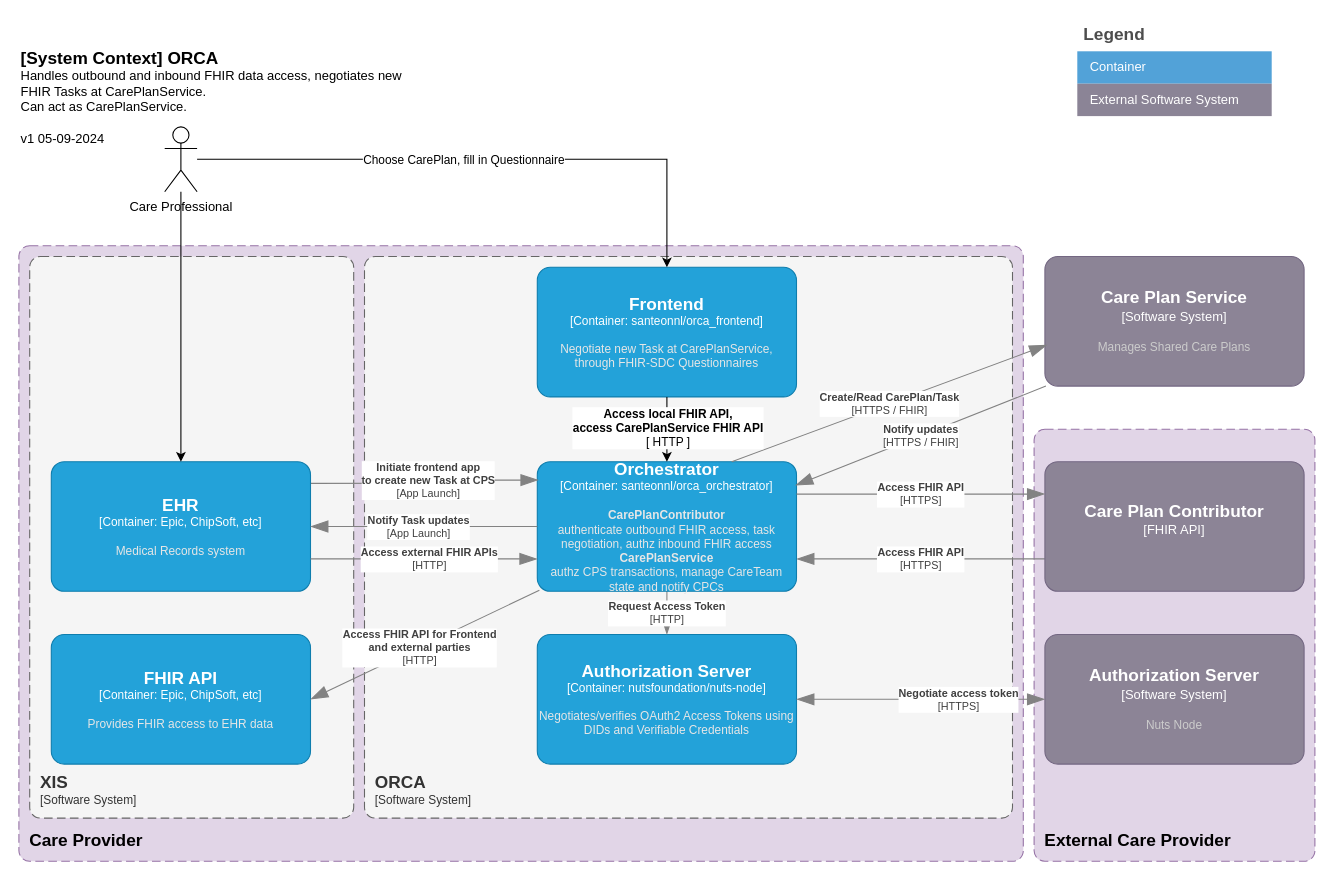
This is page "System Diagram" (2 of 3) of docs/Orca Architectural Diagrams.drawio from SanteonNL/orca, a draw.io file, before an edit. Source tidied: cells renumbered, new cells numbered last; positions are measured from the earlier drawing's top-left corner, leaving out a move shared by most shapes. Both pictures are drawn from the tidied source at 108%, with x=0, y=0 at pixel (18, 18).
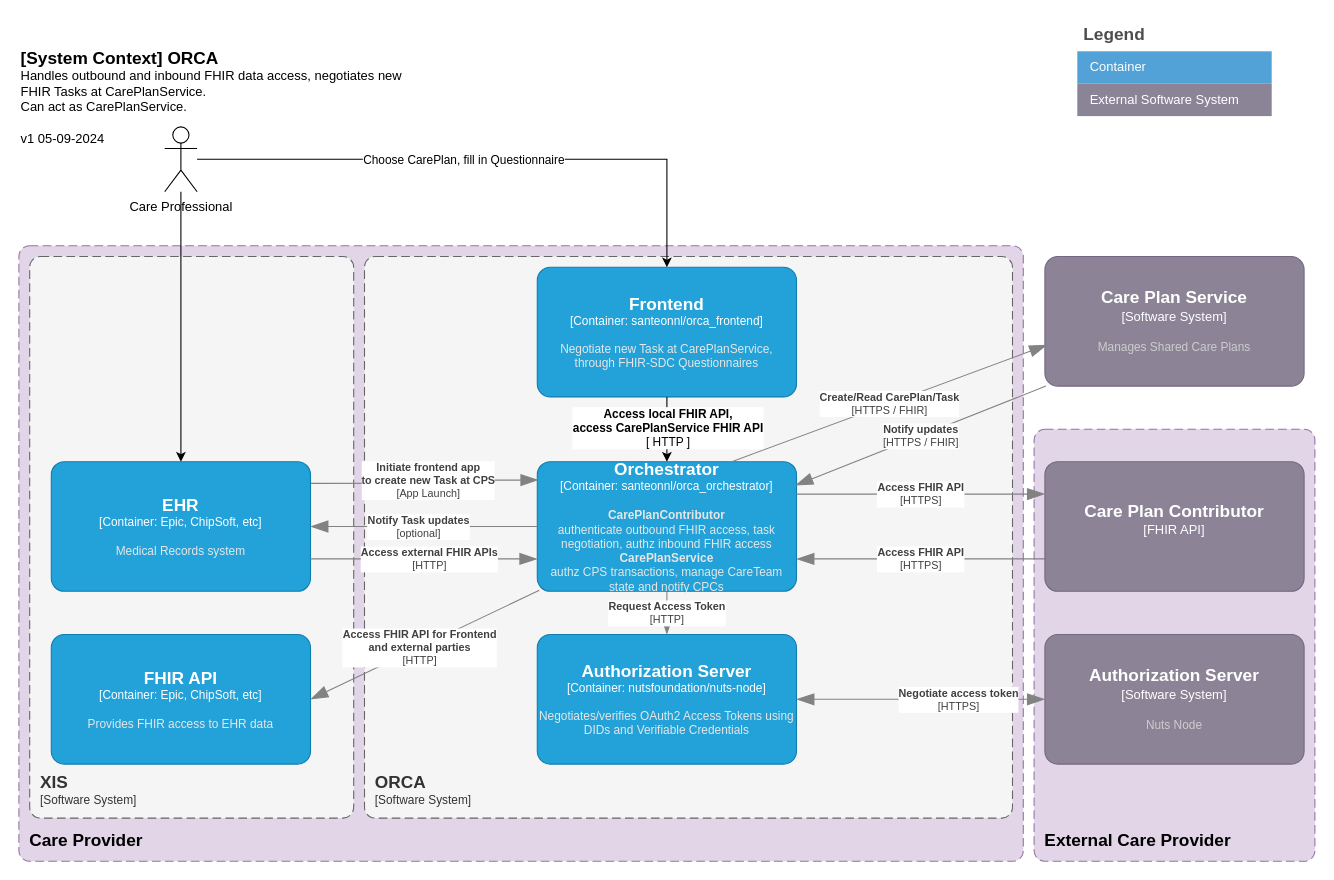
Above is the later version.

The change refers to these unchanged cells:
```xml
<object id="10" label="&lt;font style=&quot;font-size: 16px&quot;&gt;&lt;b&gt;%c4Name%&lt;/b&gt;&lt;/font&gt;&lt;div&gt;[%c4Type%: %c4Technology%]&lt;/div&gt;&lt;br&gt;&lt;div&gt;&lt;font style=&quot;font-size: 11px&quot;&gt;&lt;font color=&quot;#E6E6E6&quot;&gt;%c4Description%&lt;/font&gt;&lt;/div&gt;" c4Description="&lt;b&gt;CarePlanContributor&lt;/b&gt;&#10;authenticate outbound FHIR access, task negotiation, authz inbound FHIR access&#10;&lt;b&gt;CarePlanService&lt;/b&gt;&#10;authz CPS transactions, manage CareTeam state and notify CPCs" c4Name="Orchestrator" c4Technology="santeonnl/orca_orchestrator" c4Type="Container" placeholders="1">
  <mxCell style="rounded=1;whiteSpace=wrap;html=1;fontSize=11;labelBackgroundColor=none;fillColor=#23A2D9;fontColor=#ffffff;align=center;arcSize=10;strokeColor=#0E7DAD;points=[[0.25,0,0],[0.5,0,0],[0.75,0,0],[1,0.25,0],[1,0.5,0],[1,0.75,0],[0.75,1,0],[0.5,1,0],[0.25,1,0],[0,0.75,0],[0,0.5,0],[0,0.25,0]];spacingTop=0;" parent="1" vertex="1">
    <mxGeometry x="480" y="410" width="240" height="120" as="geometry" />
  </mxCell>
</object>
<object id="12" label="&lt;font style=&quot;font-size: 16px&quot;&gt;&lt;b&gt;%c4Name%&lt;/b&gt;&lt;/font&gt;&lt;div&gt;[%c4Type%: %c4Technology%]&lt;/div&gt;&lt;br&gt;&lt;div&gt;&lt;font style=&quot;font-size: 11px&quot;&gt;&lt;font color=&quot;#E6E6E6&quot;&gt;%c4Description%&lt;/font&gt;&lt;/div&gt;" c4Description="Medical Records system" c4Name="EHR" c4Technology="Epic, ChipSoft, etc" c4Type="Container" placeholders="1">
  <mxCell style="rounded=1;whiteSpace=wrap;html=1;fontSize=11;labelBackgroundColor=none;fillColor=#23A2D9;fontColor=#ffffff;align=center;arcSize=10;strokeColor=#0E7DAD;points=[[0.25,0,0],[0.5,0,0],[0.75,0,0],[1,0.25,0],[1,0.5,0],[1,0.75,0],[0.75,1,0],[0.5,1,0],[0.25,1,0],[0,0.75,0],[0,0.5,0],[0,0.25,0]];" parent="1" vertex="1">
    <mxGeometry x="30" y="410" width="240" height="120" as="geometry" />
  </mxCell>
</object>
```

The edit, as a diff of the source:
```diff
@@
-    <object id="35" label="&lt;div style=&quot;text-align: left&quot;&gt;&lt;div style=&quot;text-align: center&quot;&gt;&lt;b&gt;%c4Description%&lt;/b&gt;&lt;/div&gt;&lt;div style=&quot;text-align: center&quot;&gt;[%c4Technology%]&lt;/div&gt;&lt;/div&gt;" c4Description="Notify Task updates" c4Technology="App Launch" placeholders="1">
+    <object id="35" label="&lt;div style=&quot;text-align: left&quot;&gt;&lt;div style=&quot;text-align: center&quot;&gt;&lt;b&gt;%c4Description%&lt;/b&gt;&lt;/div&gt;&lt;div style=&quot;text-align: center&quot;&gt;[%c4Technology%]&lt;/div&gt;&lt;/div&gt;" c4Description="Notify Task updates" c4Technology="optional" placeholders="1">
       <mxCell style="endArrow=blockThin;html=1;fontSize=10;fontColor=#404040;strokeWidth=1;endFill=1;strokeColor=#828282;elbow=vertical;endSize=14;startSize=14;jumpStyle=arc;jumpSize=16;rounded=0;exitX=0;exitY=0.5;exitDx=0;exitDy=0;exitPerimeter=0;entryX=1;entryY=0.5;entryDx=0;entryDy=0;entryPerimeter=0;edgeStyle=orthogonalEdgeStyle;" parent="1" edge="1" source="10" target="12">
         <mxGeometry x="0.05" relative="1" as="geometry" />
       </mxCell>
     </object>
```
